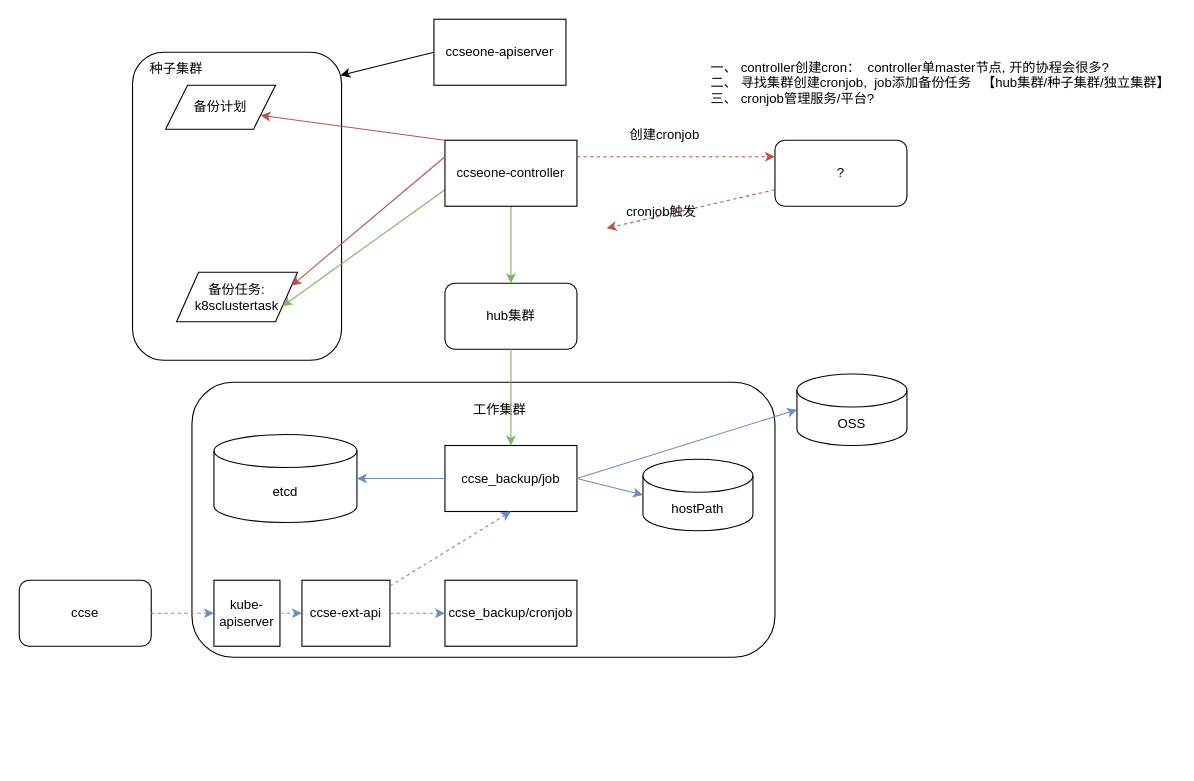
Before: page "备份方案二" (2 of 3) of drawio/ccseone迭代4.drawio in Tiny-VS-Lina/ccse, a draw.io diagram. Source tidied: cells renumbered, new cells numbered last; positions are measured from the earlier drawing's top-left corner, leaving out a move shared by most shapes. Both pictures are drawn from the tidied source at 110%, with x=0, y=0 at pixel (19, 19).
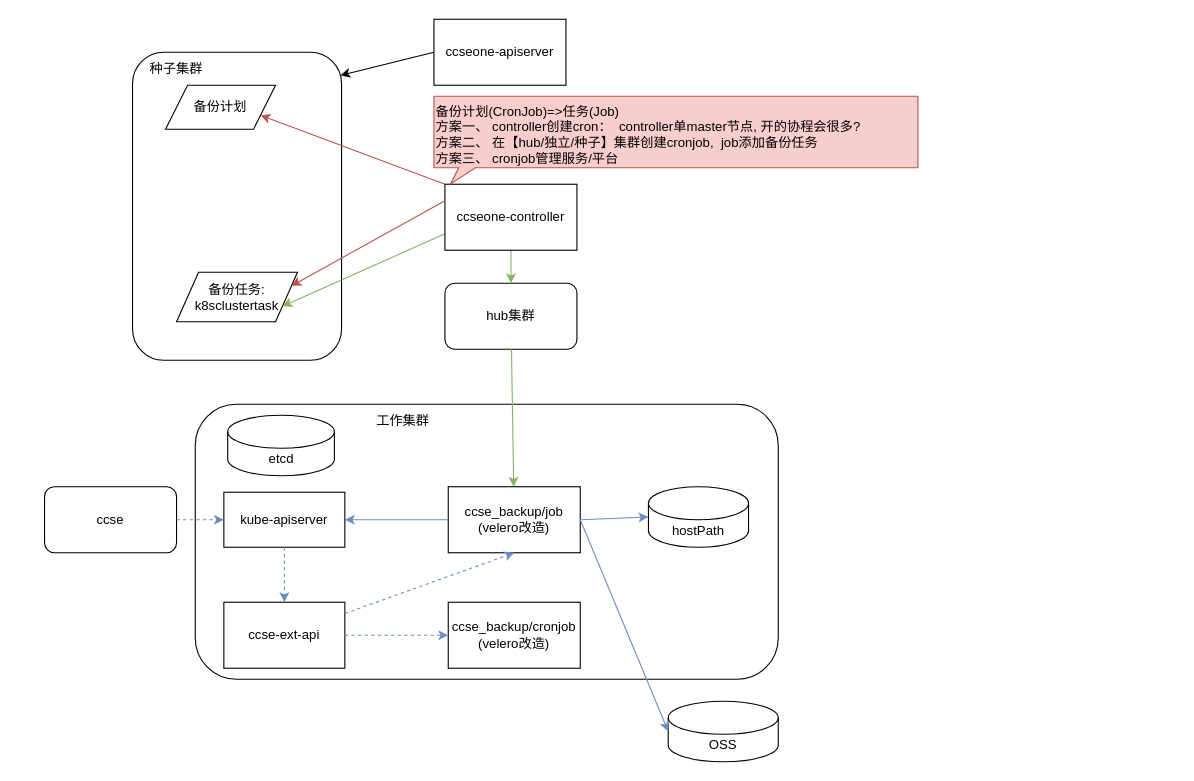
Above is the later version.

Unchanged cells that the change refers to:
```xml
<mxCell id="4" value="hub集群" style="rounded=1;whiteSpace=wrap;html=1;" parent="1" vertex="1">
  <mxGeometry x="387" y="240" width="120" height="60" as="geometry" />
</mxCell>
```

What changed in the source:
```diff
@@
-    <mxCell id="2" style="rounded=1;whiteSpace=wrap;html=1;" parent="1" vertex="1">
-      <mxGeometry x="157" y="330" width="530" height="250" as="geometry" />
-    </mxCell>
+    <mxCell id="38" style="rounded=1;whiteSpace=wrap;html=1;" parent="1" vertex="1">
+      <mxGeometry x="160" y="350" width="530" height="250" as="geometry" />
+    </mxCell>
@@
-    <mxCell id="5" value="ccse_backup/job" style="rounded=0;whiteSpace=wrap;html=1;" parent="1" vertex="1">
-      <mxGeometry x="387" y="387.5" width="120" height="60" as="geometry" />
-    </mxCell>
-    <mxCell id="6" value="OSS" style="shape=cylinder3;whiteSpace=wrap;html=1;boundedLbl=1;backgroundOutline=1;size=15;" parent="1" vertex="1">
-      <mxGeometry x="707" y="322.5" width="100" height="65" as="geometry" />
-    </mxCell>
-    <mxCell id="7" value="hostPath" style="shape=cylinder3;whiteSpace=wrap;html=1;boundedLbl=1;backgroundOutline=1;size=15;" parent="1" vertex="1">
-      <mxGeometry x="567" y="400" width="100" height="65" as="geometry" />
-    </mxCell>
-    <mxCell id="8" style="endArrow=classic;html=1;rounded=0;exitX=1;exitY=0.5;exitDx=0;exitDy=0;entryX=0;entryY=0.5;entryDx=0;entryDy=0;entryPerimeter=0;fillColor=#dae8fc;strokeColor=#6c8ebf;" parent="1" edge="1" source="5" target="6">
-      <mxGeometry relative="1" as="geometry" />
-    </mxCell>
@@
-    <mxCell id="15" value="etcd" style="shape=cylinder3;whiteSpace=wrap;html=1;boundedLbl=1;backgroundOutline=1;size=15;" parent="1" vertex="1">
-      <mxGeometry x="177" y="377.5" width="130" height="80" as="geometry" />
-    </mxCell>
-    <mxCell id="16" value="kube-apiserver" style="rounded=0;whiteSpace=wrap;html=1;" parent="1" vertex="1">
-      <mxGeometry x="177" y="510" width="60" height="60" as="geometry" />
-    </mxCell>
-    <mxCell id="17" value="ccse-ext-api" style="rounded=0;whiteSpace=wrap;html=1;" parent="1" vertex="1">
-      <mxGeometry x="257" y="510" width="80" height="60" as="geometry" />
-    </mxCell>
-    <mxCell id="18" style="endArrow=classic;html=1;rounded=0;entryX=0;entryY=0.5;entryDx=0;entryDy=0;dashed=1;fillColor=#dae8fc;strokeColor=#6c8ebf;" parent="1" edge="1" source="16" target="17">
-      <mxGeometry relative="1" as="geometry" />
-    </mxCell>
-    <mxCell id="19" style="endArrow=classic;html=1;rounded=0;entryX=0.5;entryY=1;entryDx=0;entryDy=0;dashed=1;fillColor=#dae8fc;strokeColor=#6c8ebf;" parent="1" edge="1" source="17" target="5">
-      <mxGeometry relative="1" as="geometry" />
-    </mxCell>
-    <mxCell id="20" value="ccse" style="rounded=1;whiteSpace=wrap;html=1;" parent="1" vertex="1">
-      <mxGeometry y="510" width="120" height="60" as="geometry" />
-    </mxCell>
-    <mxCell id="21" style="endArrow=classic;html=1;rounded=0;exitX=1;exitY=0.5;exitDx=0;exitDy=0;entryX=0;entryY=0.5;entryDx=0;entryDy=0;dashed=1;fillColor=#dae8fc;strokeColor=#6c8ebf;" parent="1" edge="1" source="20" target="16">
-      <mxGeometry relative="1" as="geometry" />
-    </mxCell>
-    <mxCell id="22" style="endArrow=classic;html=1;rounded=0;exitX=1;exitY=0.5;exitDx=0;exitDy=0;entryX=0;entryY=0.5;entryDx=0;entryDy=0;entryPerimeter=0;fillColor=#dae8fc;strokeColor=#6c8ebf;" parent="1" edge="1" source="5" target="7">
-      <mxGeometry relative="1" as="geometry" />
-    </mxCell>
-    <mxCell id="23" style="endArrow=classic;html=1;rounded=0;exitX=0;exitY=0.5;exitDx=0;exitDy=0;fillColor=#dae8fc;strokeColor=#6c8ebf;" parent="1" edge="1" source="5" target="15">
-      <mxGeometry relative="1" as="geometry" />
-    </mxCell>
-    <mxCell id="24" value="工作集群" style="text;html=1;strokeColor=none;fillColor=none;align=center;verticalAlign=middle;whiteSpace=wrap;rounded=0;" parent="1" vertex="1">
-      <mxGeometry x="407" y="340" width="60" height="30" as="geometry" />
-    </mxCell>
-    <mxCell id="25" style="endArrow=classic;html=1;rounded=0;fillColor=#d5e8d4;strokeColor=#82b366;" parent="1" edge="1" source="4" target="5">
+    <mxCell id="25" style="endArrow=classic;html=1;rounded=0;fillColor=#d5e8d4;strokeColor=#82b366;" parent="1" edge="1" source="4" target="40">
       <mxGeometry relative="1" as="geometry" />
     </mxCell>
@@
     <mxCell id="27" value="ccseone-controller" style="rounded=0;whiteSpace=wrap;html=1;" parent="1" vertex="1">
-      <mxGeometry x="387" y="110" width="120" height="60" as="geometry" />
+      <mxGeometry x="387" y="150" width="120" height="60" as="geometry" />
     </mxCell>
@@
-    <mxCell id="30" value="?" style="rounded=1;whiteSpace=wrap;html=1;" parent="1" vertex="1">
-      <mxGeometry x="687" y="110" width="120" height="60" as="geometry" />
-    </mxCell>
-    <mxCell id="31" style="endArrow=classic;html=1;rounded=0;exitX=1;exitY=0.25;exitDx=0;exitDy=0;entryX=0;entryY=0.25;entryDx=0;entryDy=0;dashed=1;fillColor=#f8cecc;strokeColor=#b85450;" parent="1" edge="1" source="27" target="30">
-      <mxGeometry relative="1" as="geometry" />
-    </mxCell>
-    <mxCell id="32" style="endArrow=classic;html=1;rounded=0;entryX=0;entryY=1;entryDx=0;entryDy=0;exitX=0;exitY=0.75;exitDx=0;exitDy=0;dashed=1;fillColor=#f8cecc;strokeColor=#b85450;" parent="1" edge="1" source="30" target="34">
-      <mxGeometry relative="1" as="geometry" />
-    </mxCell>
-    <mxCell id="33" value="创建cronjob" style="text;html=1;strokeColor=none;fillColor=none;align=center;verticalAlign=middle;whiteSpace=wrap;rounded=0;" parent="1" vertex="1">
-      <mxGeometry x="537" y="90" width="100" height="30" as="geometry" />
-    </mxCell>
-    <mxCell id="34" value="cronjob触发" style="text;html=1;strokeColor=none;fillColor=none;align=center;verticalAlign=middle;whiteSpace=wrap;rounded=0;" parent="1" vertex="1">
-      <mxGeometry x="534" y="160" width="100" height="30" as="geometry" />
-    </mxCell>
-    <mxCell id="35" value="一、 controller创建cron：&amp;nbsp; controller单master节点,&amp;nbsp;开的协程会很多?&lt;br&gt;二、&amp;nbsp;寻找集群创建cronjob,&amp;nbsp; job添加备份任务&amp;nbsp; &amp;nbsp;【hub集群/种子集群/独立集群】&lt;br&gt;三、 cronjob管理服务/平台?" style="text;html=1;align=left;verticalAlign=top;whiteSpace=wrap;rounded=0;" parent="1" vertex="1">
-      <mxGeometry x="627" y="30" width="423" height="60" as="geometry" />
-    </mxCell>
-    <mxCell id="36" value="ccse_backup/cronjob" style="rounded=0;whiteSpace=wrap;html=1;" parent="1" vertex="1">
-      <mxGeometry x="387" y="510" width="120" height="60" as="geometry" />
-    </mxCell>
-    <mxCell id="37" style="endArrow=classic;html=1;rounded=0;exitX=1;exitY=0.5;exitDx=0;exitDy=0;entryX=0;entryY=0.5;entryDx=0;entryDy=0;dashed=1;fillColor=#dae8fc;strokeColor=#6c8ebf;" parent="1" edge="1" source="17" target="36">
-      <mxGeometry relative="1" as="geometry" />
-    </mxCell>
+    <mxCell id="39" value="备份计划(CronJob)=&amp;gt;任务(Job)&lt;br&gt;方案一、 controller创建cron：&amp;nbsp; controller单master节点,&amp;nbsp;开的协程会很多?&lt;br style=&quot;border-color: var(--border-color);&quot;&gt;方案二、&amp;nbsp;在【hub/独立/种子&lt;span style=&quot;&quot;&gt;】集群创建cronjob,&amp;nbsp; job添加备份任务&amp;nbsp;&lt;/span&gt;&lt;br style=&quot;border-color: var(--border-color);&quot;&gt;&lt;span style=&quot;&quot;&gt;方案三、 cronjob管理服务/平台&lt;/span&gt;" style="whiteSpace=wrap;html=1;shape=mxgraph.basic.rectCallout;dx=30;dy=15;boundedLbl=1;align=left;verticalAlign=top;fillColor=#f8cecc;strokeColor=#b85450;" parent="1" vertex="1">
+      <mxGeometry x="377" y="70" width="440" height="80" as="geometry" />
+    </mxCell>
+    <mxCell id="40" value="ccse_backup/job&lt;br&gt;(velero改造)" style="rounded=0;whiteSpace=wrap;html=1;" parent="1" vertex="1">
+      <mxGeometry x="390" y="425" width="120" height="60" as="geometry" />
+    </mxCell>
+    <mxCell id="6" value="OSS" style="shape=cylinder3;whiteSpace=wrap;html=1;boundedLbl=1;backgroundOutline=1;size=15;" parent="1" vertex="1">
+      <mxGeometry x="590" y="620" width="100" height="55" as="geometry" />
+    </mxCell>
+    <mxCell id="7" value="hostPath" style="shape=cylinder3;whiteSpace=wrap;html=1;boundedLbl=1;backgroundOutline=1;size=15;" parent="1" vertex="1">
+      <mxGeometry x="572" y="425" width="91" height="55" as="geometry" />
+    </mxCell>
+    <mxCell id="41" style="endArrow=classic;html=1;rounded=0;exitX=1;exitY=0.5;exitDx=0;exitDy=0;entryX=0;entryY=0.5;entryDx=0;entryDy=0;entryPerimeter=0;fillColor=#dae8fc;strokeColor=#6c8ebf;" parent="1" edge="1" source="40" target="6">
+      <mxGeometry relative="1" as="geometry" />
+    </mxCell>
+    <mxCell id="15" value="etcd" style="shape=cylinder3;whiteSpace=wrap;html=1;boundedLbl=1;backgroundOutline=1;size=15;" parent="1" vertex="1">
+      <mxGeometry x="189.5" y="360" width="97" height="55" as="geometry" />
+    </mxCell>
+    <mxCell id="16" value="kube-apiserver" style="rounded=0;whiteSpace=wrap;html=1;" parent="1" vertex="1">
+      <mxGeometry x="186" y="430" width="110" height="50" as="geometry" />
+    </mxCell>
+    <mxCell id="17" value="ccse-ext-api" style="rounded=0;whiteSpace=wrap;html=1;" parent="1" vertex="1">
+      <mxGeometry x="186" y="530" width="110" height="60" as="geometry" />
+    </mxCell>
+    <mxCell id="18" style="endArrow=classic;html=1;rounded=0;dashed=1;fillColor=#dae8fc;strokeColor=#6c8ebf;" parent="1" edge="1" source="16" target="17">
+      <mxGeometry relative="1" as="geometry" />
+    </mxCell>
+    <mxCell id="42" style="endArrow=classic;html=1;rounded=0;entryX=0.5;entryY=1;entryDx=0;entryDy=0;dashed=1;fillColor=#dae8fc;strokeColor=#6c8ebf;" parent="1" edge="1" source="17" target="40">
+      <mxGeometry relative="1" as="geometry" />
+    </mxCell>
+    <mxCell id="20" value="ccse" style="rounded=1;whiteSpace=wrap;html=1;" parent="1" vertex="1">
+      <mxGeometry x="23" y="425" width="120" height="60" as="geometry" />
+    </mxCell>
+    <mxCell id="21" style="endArrow=classic;html=1;rounded=0;exitX=1;exitY=0.5;exitDx=0;exitDy=0;entryX=0;entryY=0.5;entryDx=0;entryDy=0;dashed=1;fillColor=#dae8fc;strokeColor=#6c8ebf;" parent="1" edge="1" source="20" target="16">
+      <mxGeometry relative="1" as="geometry" />
+    </mxCell>
+    <mxCell id="43" style="endArrow=classic;html=1;rounded=0;exitX=1;exitY=0.5;exitDx=0;exitDy=0;entryX=0;entryY=0.5;entryDx=0;entryDy=0;entryPerimeter=0;fillColor=#dae8fc;strokeColor=#6c8ebf;" parent="1" edge="1" source="40" target="7">
+      <mxGeometry relative="1" as="geometry" />
+    </mxCell>
+    <mxCell id="44" style="endArrow=classic;html=1;rounded=0;exitX=0;exitY=0.5;exitDx=0;exitDy=0;fillColor=#dae8fc;strokeColor=#6c8ebf;entryX=1;entryY=0.5;entryDx=0;entryDy=0;" parent="1" edge="1" source="40" target="16">
+      <mxGeometry relative="1" as="geometry" />
+    </mxCell>
+    <mxCell id="24" value="工作集群" style="text;html=1;strokeColor=none;fillColor=none;align=center;verticalAlign=middle;whiteSpace=wrap;rounded=0;" parent="1" vertex="1">
+      <mxGeometry x="318.5" y="350" width="60" height="30" as="geometry" />
+    </mxCell>
+    <mxCell id="45" value="ccse_backup/cronjob&lt;br&gt;(velero改造)" style="rounded=0;whiteSpace=wrap;html=1;" parent="1" vertex="1">
+      <mxGeometry x="390" y="530" width="120" height="60" as="geometry" />
+    </mxCell>
+    <mxCell id="46" style="endArrow=classic;html=1;rounded=0;exitX=1;exitY=0.5;exitDx=0;exitDy=0;entryX=0;entryY=0.5;entryDx=0;entryDy=0;dashed=1;fillColor=#dae8fc;strokeColor=#6c8ebf;" parent="1" edge="1" source="17" target="45">
+      <mxGeometry relative="1" as="geometry" />
+    </mxCell>
```
